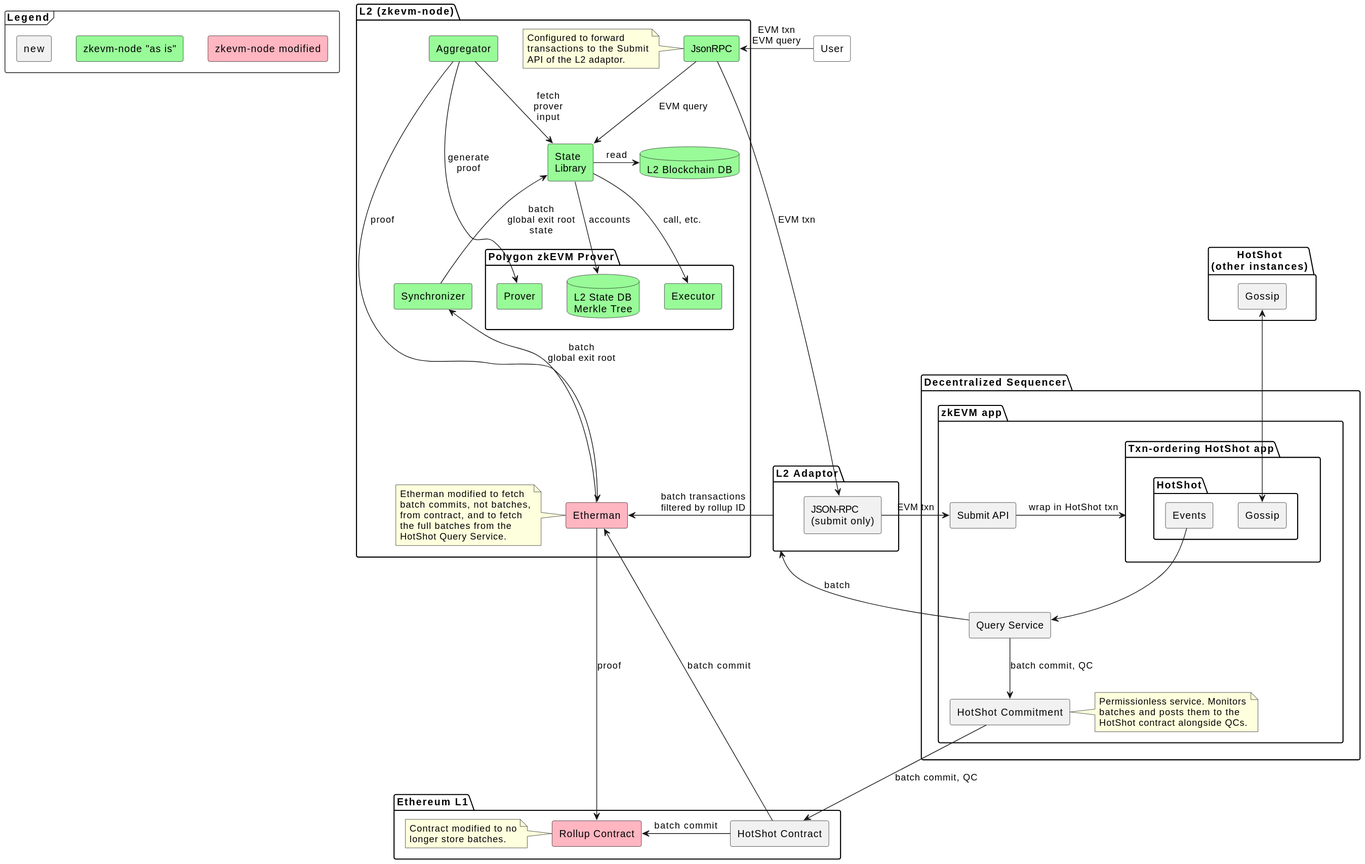
This is doc/architecture_phase2.svg from EspressoSystems/espresso-polygon-zkevm-demo, a PlantUML export, as it was before one commit.
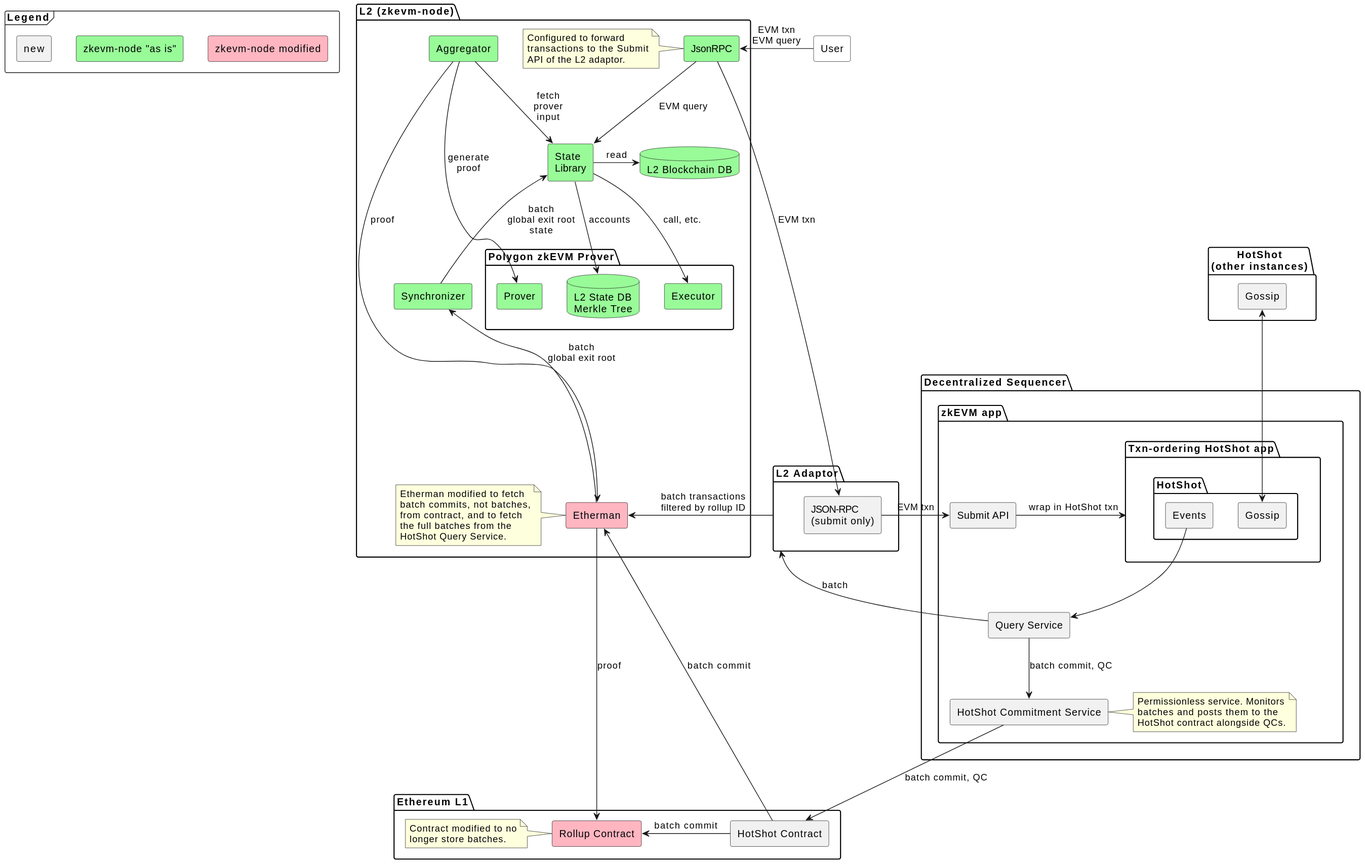
The same file after the commit.

The edit, as a diff of the source:
```diff
@@ -25,7 +25,7 @@
         component "Events" as HotShotEvents
       }
     }
-    component "HotShot Commitment" as HotShotCommitment
+    component "HotShot Commitment Service" as HotShotCommitment
     note right of HotShotCommitment
       Permissionless service. Monitors
       batches and posts them to the
```
